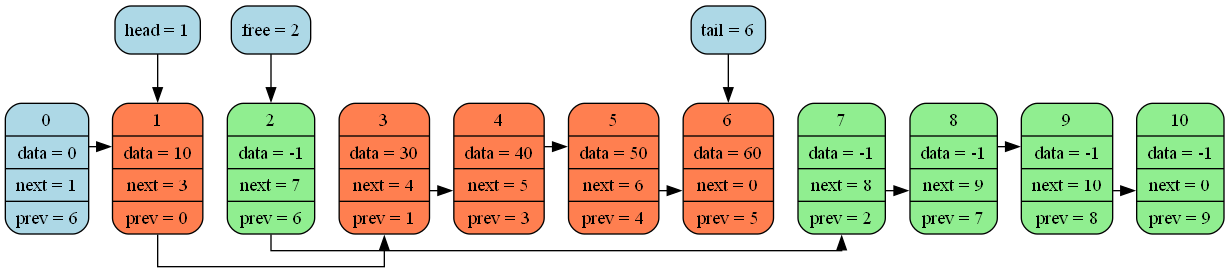
Earlier version of the Graphviz export dump.png (ashqqy/Linked-list). Its source is kept beside it as dump.dot.
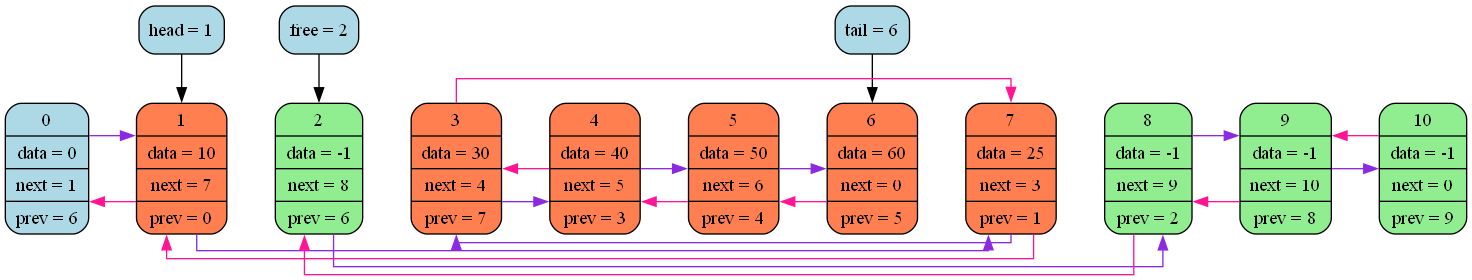
After the change.

Change to the diagram source:
```diff
@@ -1,48 +1,58 @@
 digraph G
 {
 splines=ortho;
-node[shape="Mrecord", style="rounded, filled"];
+nodesep=0.5;
+node[shape="record", style="rounded, filled"];
 
 free[label = "free = 2", style="rounded,filled", fillcolor = "lightblue"]
 head[label = "head = 1", style="rounded,filled", fillcolor = "lightblue"]
 tail[label = "tail = 6", style="rounded,filled", fillcolor = "lightblue"]
 0[label = "{ <i>0|<d>data = 0|<n>next = 1|<p>prev = 6 }", fillcolor ="lightblue"];
-1[label = "{ <i>1|<d>data = 10|<n>next = 3|<p>prev = 0 }", fillcolor = "coral"];
-2[label = "{ <i>2|<d>data = -1|<n>next = 7|<p>prev = 6 }", fillcolor = "coral"];
-3[label = "{ <i>3|<d>data = 30|<n>next = 4|<p>prev = 1 }", fillcolor = "coral"];
+1[label = "{ <i>1|<d>data = 10|<n>next = 7|<p>prev = 0 }", fillcolor = "coral"];
+2[label = "{ <i>2|<d>data = -1|<n>next = 8|<p>prev = 6 }", fillcolor = "coral"];
+3[label = "{ <i>3|<d>data = 30|<n>next = 4|<p>prev = 7 }", fillcolor = "coral"];
 4[label = "{ <i>4|<d>data = 40|<n>next = 5|<p>prev = 3 }", fillcolor = "coral"];
 5[label = "{ <i>5|<d>data = 50|<n>next = 6|<p>prev = 4 }", fillcolor = "coral"];
 6[label = "{ <i>6|<d>data = 60|<n>next = 0|<p>prev = 5 }", fillcolor = "coral"];
-7[label = "{ <i>7|<d>data = -1|<n>next = 8|<p>prev = 2 }", fillcolor = "coral"];
-8[label = "{ <i>8|<d>data = -1|<n>next = 9|<p>prev = 7 }", fillcolor = "coral"];
+7[label = "{ <i>7|<d>data = 25|<n>next = 3|<p>prev = 1 }", fillcolor = "coral"];
+8[label = "{ <i>8|<d>data = -1|<n>next = 9|<p>prev = 2 }", fillcolor = "coral"];
 9[label = "{ <i>9|<d>data = -1|<n>next = 10|<p>prev = 8 }", fillcolor = "coral"];
 10[label = "{ <i>10|<d>data = -1|<n>next = 0|<p>prev = 9 }", fillcolor = "coral"];
 
 { rank = same; 0; 1; 2; 3; 4; 5; 6; 7; 8; 9; 10; }
-0->1 [weight = 5000, style=invis]
-1->2 [weight = 5000, style=invis]
-2->3 [weight = 5000, style=invis]
-3->4 [weight = 5000, style=invis]
-4->5 [weight = 5000, style=invis]
-5->6 [weight = 5000, style=invis]
-6->7 [weight = 5000, style=invis]
-7->8 [weight = 5000, style=invis]
-8->9 [weight = 5000, style=invis]
-9->10 [weight = 5000, style=invis]
+0->1 [weight = 5000, style=invis];
+1->2 [weight = 5000, style=invis];
+2->3 [weight = 5000, style=invis];
+3->4 [weight = 5000, style=invis];
+4->5 [weight = 5000, style=invis];
+5->6 [weight = 5000, style=invis];
+6->7 [weight = 5000, style=invis];
+7->8 [weight = 5000, style=invis];
+8->9 [weight = 5000, style=invis];
+9->10 [weight = 5000, style=invis];
 
-0->1
-1->3
-2->7
-3->4
-4->5
-5->6
-7->8
-8->9
-9->10
+0->1 [weight = 0, color = blueviolet];
+1->7 [weight = 0, color = blueviolet];
+2->8 [weight = 0, color = blueviolet];
+3->4 [weight = 0, color = blueviolet];
+4->5 [weight = 0, color = blueviolet];
+5->6 [weight = 0, color = blueviolet];
+7->3 [weight = 0, color = blueviolet];
+8->9 [weight = 0, color = blueviolet];
+9->10 [weight = 0, color = blueviolet];
+
+10->9 [weight = 0, color = deeppink];
+9->8 [weight = 0, color = deeppink];
+3->7 [weight = 0, color = deeppink];
+6->5 [weight = 0, color = deeppink];
+5->4 [weight = 0, color = deeppink];
+4->3 [weight = 0, color = deeppink];
+8->2 [weight = 0, color = deeppink];
+7->1 [weight = 0, color = deeppink];
+1->0 [weight = 0, color = deeppink];
 
 free->2;
 2[fillcolor = "lightgreen"];
-7[fillcolor = "lightgreen"];
 8[fillcolor = "lightgreen"];
 9[fillcolor = "lightgreen"];
 10[fillcolor = "lightgreen"];
```
